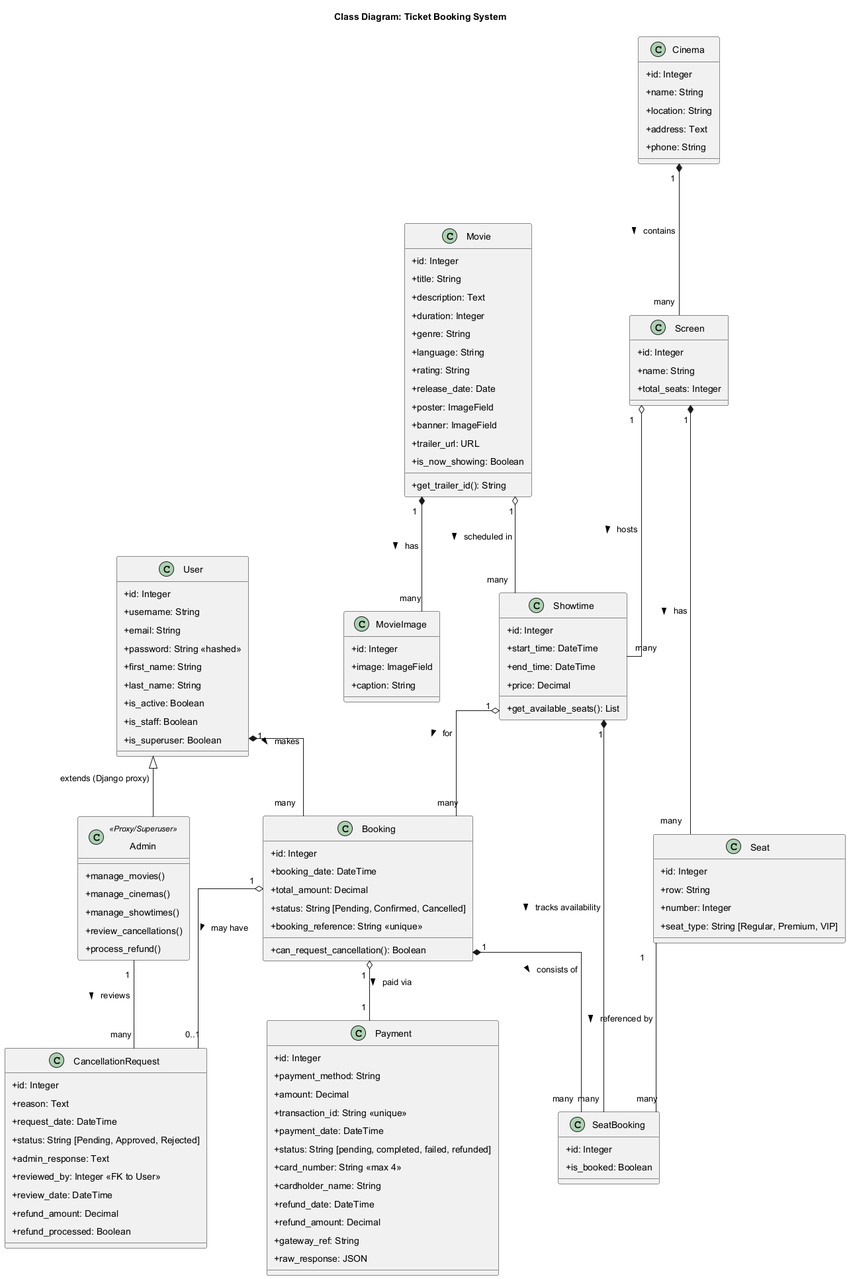
The PlantUML diagram project_diagrams_ooad/ticket_booking_class_diagram.png in Infamouseater24/Ticketsathi, before a commit. Its diagram source:
```plantuml
@startuml ticket_booking_class_diagram
title Class Diagram: Ticket Booking System

skinparam linetype ortho
skinparam nodesep 90
skinparam ranksep 90
skinparam padding 5
skinparam classAttributeIconSize 0

  class User {
    + id: Integer
    + username: String
    + email: String
    + password: String <<hashed>>
    + first_name: String
    + last_name: String
    + is_active: Boolean
    + is_staff: Boolean
    + is_superuser: Boolean
  }

  class Admin <<Proxy/Superuser>> {
    + manage_movies()
    + manage_cinemas()
    + manage_showtimes()
    + review_cancellations()
    + process_refund()
  }

  User <|-- Admin : extends (Django proxy)

  class Cinema {
    + id: Integer
    + name: String
    + location: String
    + address: Text
    + phone: String
  }

  class Screen {
    + id: Integer
    + name: String
    + total_seats: Integer
  }

  class Seat {
    + id: Integer
    + row: String
    + number: Integer
    + seat_type: String [Regular, Premium, VIP]
  }

  class Movie {
    + id: Integer
    + title: String
    + description: Text
    + duration: Integer
    + genre: String
    + language: String
    + rating: String
    + release_date: Date
    + poster: ImageField
    + banner: ImageField
    + trailer_url: URL
    + is_now_showing: Boolean
    + get_trailer_id(): String
  }

  class MovieImage {
    + id: Integer
    + image: ImageField
    + caption: String
  }

  class Showtime {
    + id: Integer
    + start_time: DateTime
    + end_time: DateTime
    + price: Decimal
    + get_available_seats(): List
  }

  class Booking {
    + id: Integer
    + booking_date: DateTime
    + total_amount: Decimal
    + status: String [Pending, Confirmed, Cancelled]
    + booking_reference: String <<unique>>
    + can_request_cancellation(): Boolean
  }

  class SeatBooking {
    + id: Integer
    + is_booked: Boolean
  }

  class Payment {
    + id: Integer
    + payment_method: String
    + amount: Decimal
    + transaction_id: String <<unique>>
    + payment_date: DateTime
    + status: String [pending, completed, failed, refunded]
    + card_number: String <<max 4>>
    + cardholder_name: String
    + refund_date: DateTime
    + refund_amount: Decimal
    + gateway_ref: String
    + raw_response: JSON
  }

  class CancellationRequest {
    + id: Integer
    + reason: Text
    + request_date: DateTime
    + status: String [Pending, Approved, Rejected]
    + admin_response: Text
    + reviewed_by: Integer <<FK to User>>
    + review_date: DateTime
    + refund_amount: Decimal
    + refund_processed: Boolean
  }

Cinema "1" *-- "many" Screen : contains >
Screen "1" *-- "many" Seat : has >

Movie "1" *-- "many" MovieImage : has >

Movie "1" o-- "many" Showtime : scheduled in >
Screen "1" o-- "many" Showtime : hosts >

Showtime "1" *-- "many" SeatBooking : tracks availability >
Seat "1" -- "many" SeatBooking : referenced by >

User "1" *-- "many" Booking : makes >
Showtime "1" o-- "many" Booking : for >
Booking "1" *-- "many" SeatBooking : consists of >

Booking "1" o-- "1" Payment : paid via >

Booking "1" o-- "0..1" CancellationRequest : may have >
Admin "1" -- "many" CancellationRequest : reviews >

@enduml
```
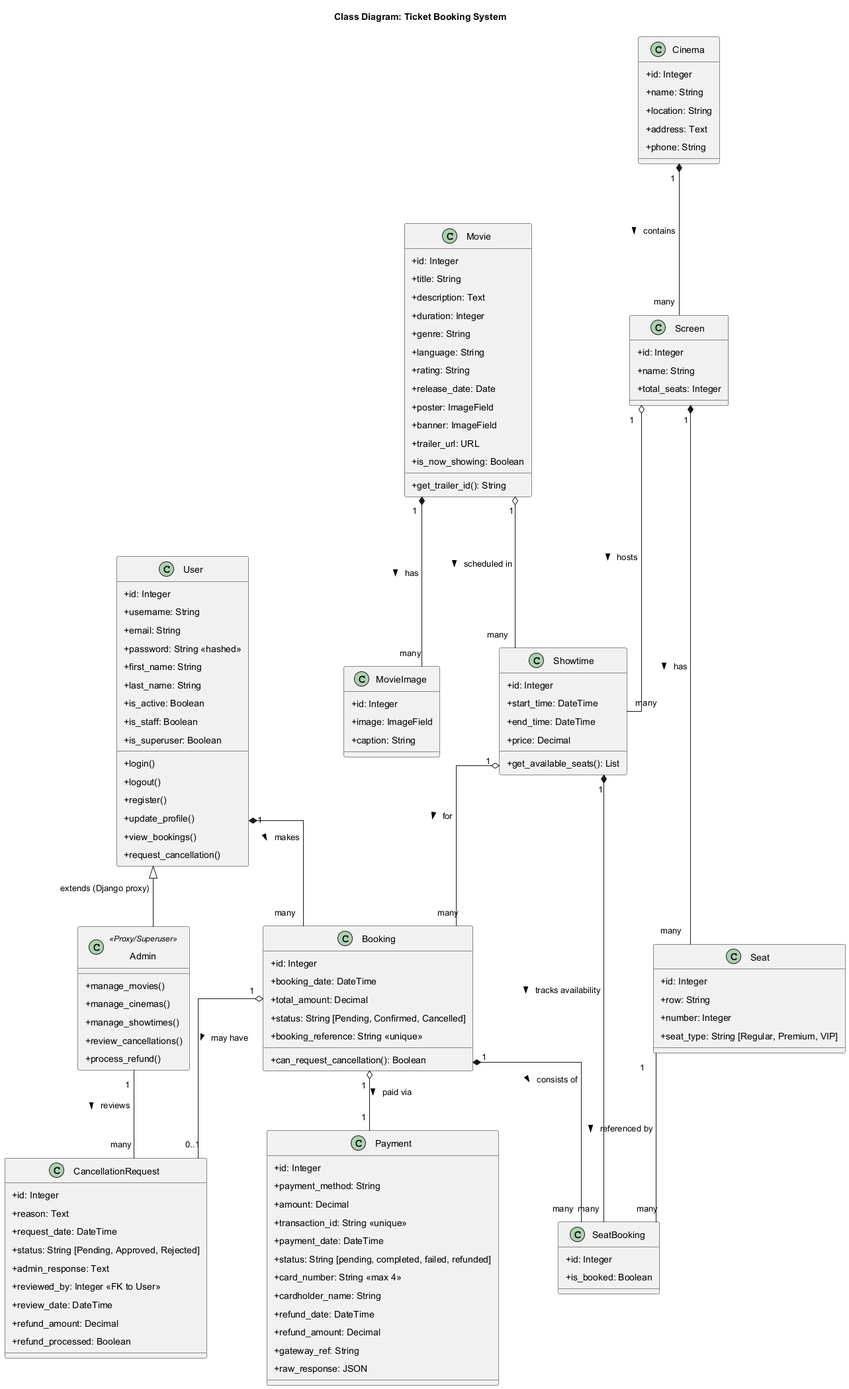
Above is the later version.

Change to the diagram source:
```diff
@@ -17,6 +17,12 @@
     + is_active: Boolean
     + is_staff: Boolean
     + is_superuser: Boolean
+    + login()
+    + logout()
+    + register()
+    + update_profile()
+    + view_bookings()
+    + request_cancellation()
   }
 
   class Admin <<Proxy/Superuser>> {
```
